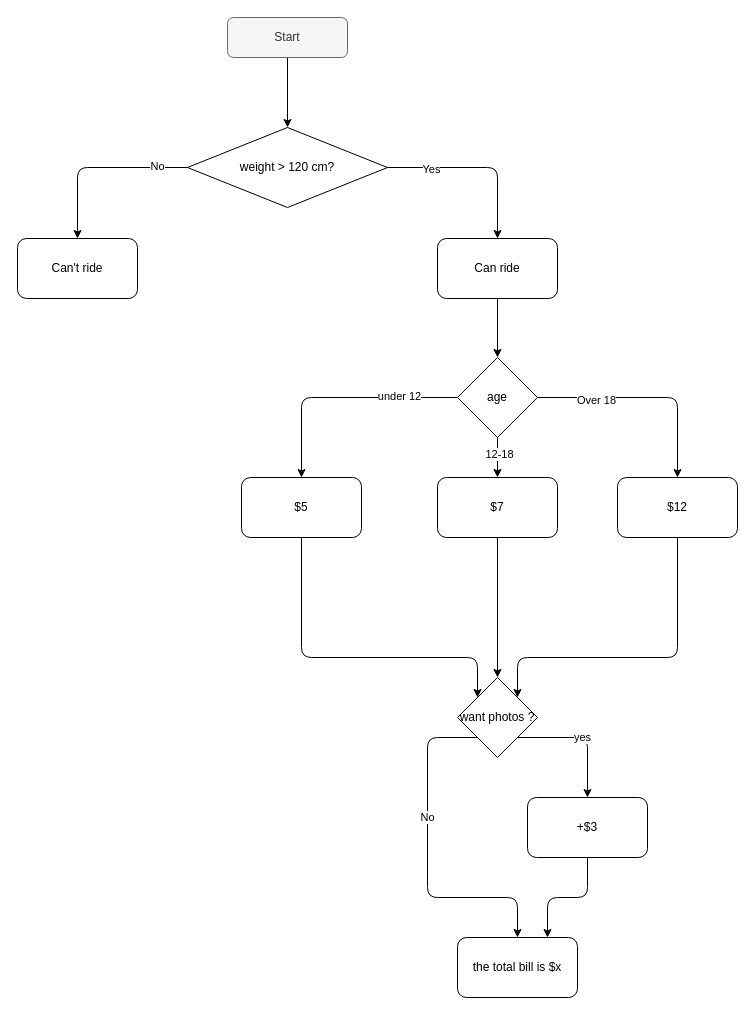
This is 003_age.drawio from joannastolecki/100daysofcoding, a draw.io file, before an edit. Source tidied: cells renumbered, new cells numbered last; positions are measured from the earlier drawing's top-left corner, leaving out a move shared by most shapes. Both pictures are drawn from the tidied source at 100%, with x=0, y=0 at pixel (17, 17).
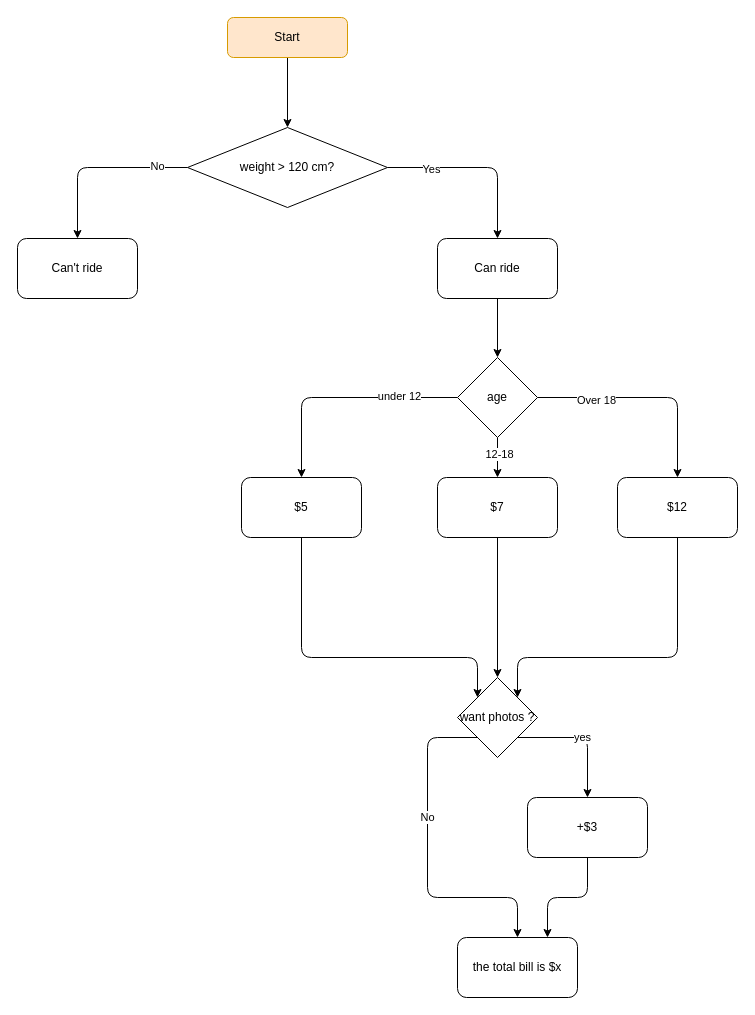
The same page after the edit.

Diff of the diagram source:
```diff
@@
-    <mxCell id="8" value="Start" style="rounded=1;whiteSpace=wrap;html=1;fillColor=#f5f5f5;fontColor=#333333;strokeColor=#666666;" parent="1" vertex="1">
+    <mxCell id="8" value="Start" style="rounded=1;whiteSpace=wrap;html=1;fillColor=#ffe6cc;strokeColor=#d79b00;" parent="1" vertex="1">
       <mxGeometry x="210" width="120" height="40" as="geometry" />
     </mxCell>
```
